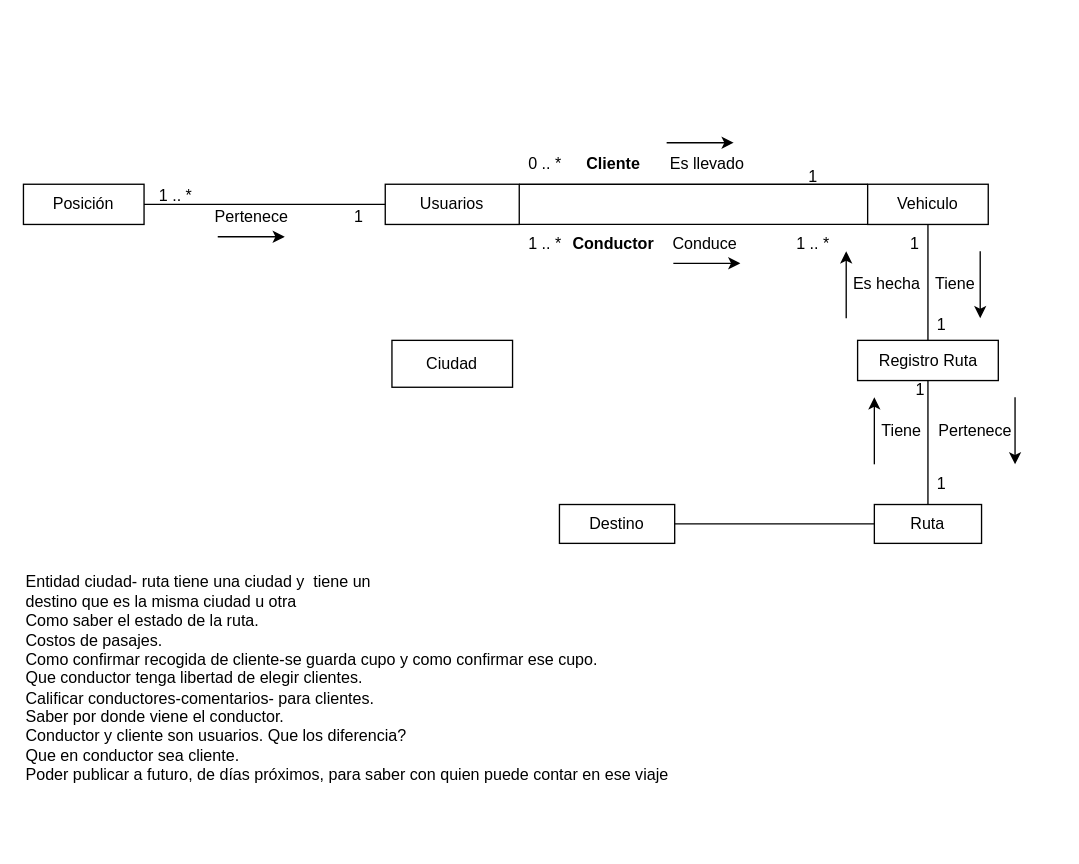
This is ExtraClase/ModeloDominio.drawio from federico1605/RepositorioDOO, a draw.io file, before an edit. Source tidied: cells renumbered, new cells numbered last; positions are measured from the earlier drawing's top-left corner, leaving out a move shared by most shapes. Both pictures are drawn from the tidied source at 134%, with x=0, y=0 at pixel (23, 142).
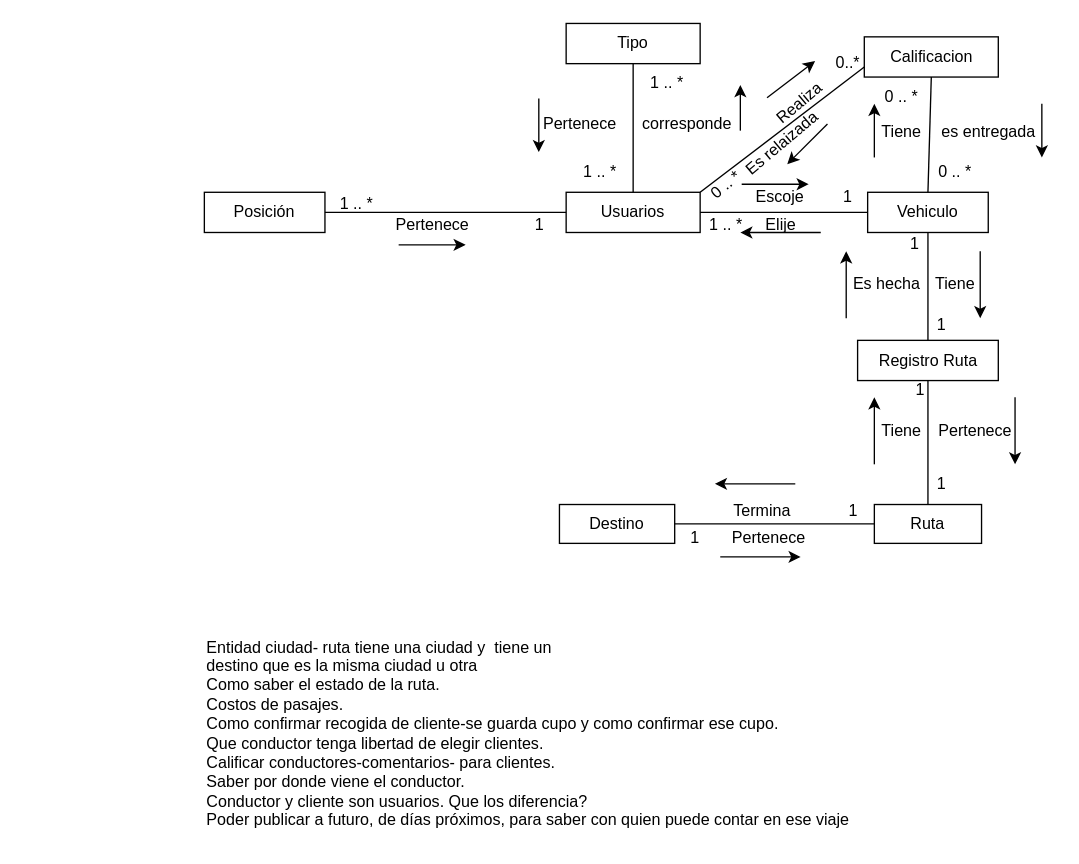
After the change.

Commit message:
Cambios diagrama

Diff of the diagram source:
```diff
@@
     <mxCell id="3" value="Usuarios" style="rounded=0;whiteSpace=wrap;html=1;" parent="1" vertex="1">
-      <mxGeometry x="270" y="31" width="100" height="30" as="geometry" />
+      <mxGeometry x="405" y="37" width="100" height="30" as="geometry" />
     </mxCell>
     <mxCell id="4" value="Vehiculo" style="rounded=0;whiteSpace=wrap;html=1;" parent="1" vertex="1">
-      <mxGeometry x="630" y="31" width="90" height="30" as="geometry" />
+      <mxGeometry x="630" y="37" width="90" height="30" as="geometry" />
     </mxCell>
-    <mxCell id="5" style="endArrow=none;html=1;rounded=0;entryX=1;entryY=1;entryDx=0;entryDy=0;exitX=0;exitY=1;exitDx=0;exitDy=0;" parent="1" edge="1" source="4" target="3">
-      <mxGeometry relative="1" as="geometry" />
-    </mxCell>
-    <mxCell id="6" value="Conduce&amp;nbsp;" style="text;html=1;align=center;verticalAlign=middle;strokeColor=none;fillColor=none;" parent="1" vertex="1">
-      <mxGeometry x="470" y="61" width="80" height="30" as="geometry" />
-    </mxCell>
-    <mxCell id="7" style="endArrow=classic;html=1;rounded=0;" parent="1" edge="1">
-      <mxGeometry relative="1" as="geometry">
-        <mxPoint x="485" y="90" as="sourcePoint" />
-        <mxPoint x="535" y="90" as="targetPoint" />
-      </mxGeometry>
-    </mxCell>
-    <mxCell id="8" value="&lt;b&gt;Conductor&lt;/b&gt;" style="text;html=1;align=center;verticalAlign=middle;strokeColor=none;fillColor=none;" parent="1" vertex="1">
-      <mxGeometry x="400" y="61" width="80" height="30" as="geometry" />
-    </mxCell>
-    <mxCell id="9" value="1 .. *" style="text;html=1;align=center;verticalAlign=middle;strokeColor=none;fillColor=none;" parent="1" vertex="1">
-      <mxGeometry x="564" y="61" width="50" height="30" as="geometry" />
-    </mxCell>
-    <mxCell id="10" value="&lt;b&gt;Cliente&lt;/b&gt;" style="text;html=1;align=center;verticalAlign=middle;strokeColor=none;fillColor=none;" parent="1" vertex="1">
-      <mxGeometry x="410" y="1" width="60" height="30" as="geometry" />
-    </mxCell>
-    <mxCell id="11" style="endArrow=none;html=1;rounded=0;exitX=1;exitY=0;exitDx=0;exitDy=0;entryX=0;entryY=0;entryDx=0;entryDy=0;" parent="1" edge="1" source="3" target="4">
-      <mxGeometry relative="1" as="geometry" />
-    </mxCell>
-    <mxCell id="12" value="Es llevado" style="text;html=1;align=center;verticalAlign=middle;strokeColor=none;fillColor=none;" parent="1" vertex="1">
-      <mxGeometry x="470" y="1" width="80" height="30" as="geometry" />
-    </mxCell>
-    <mxCell id="13" style="endArrow=classic;html=1;rounded=0;" parent="1" edge="1">
-      <mxGeometry relative="1" as="geometry">
-        <mxPoint x="480" as="sourcePoint" />
-        <mxPoint x="530" as="targetPoint" />
-      </mxGeometry>
-    </mxCell>
-    <mxCell id="14" value="1" style="text;html=1;align=center;verticalAlign=middle;strokeColor=none;fillColor=none;" parent="1" vertex="1">
-      <mxGeometry x="574" y="11" width="30" height="30" as="geometry" />
-    </mxCell>
-    <mxCell id="15" value="0 .. *" style="text;html=1;align=center;verticalAlign=middle;strokeColor=none;fillColor=none;" parent="1" vertex="1">
-      <mxGeometry x="364" y="1" width="50" height="30" as="geometry" />
-    </mxCell>
-    <mxCell id="16" value="1 .. *" style="text;html=1;align=center;verticalAlign=middle;strokeColor=none;fillColor=none;" parent="1" vertex="1">
-      <mxGeometry x="364" y="61" width="50" height="30" as="geometry" />
-    </mxCell>
     <mxCell id="17" value="Posición" style="rounded=0;whiteSpace=wrap;html=1;" parent="1" vertex="1">
-      <mxGeometry y="31" width="90" height="30" as="geometry" />
+      <mxGeometry x="135" y="37" width="90" height="30" as="geometry" />
     </mxCell>
@@
     <mxCell id="19" value="Pertenece" style="text;html=1;align=center;verticalAlign=middle;strokeColor=none;fillColor=none;" parent="1" vertex="1">
-      <mxGeometry x="130" y="41" width="80" height="30" as="geometry" />
+      <mxGeometry x="265" y="47" width="80" height="30" as="geometry" />
     </mxCell>
     <mxCell id="20" value="1" style="text;html=1;align=center;verticalAlign=middle;strokeColor=none;fillColor=none;" parent="1" vertex="1">
-      <mxGeometry x="235" y="41" width="30" height="30" as="geometry" />
+      <mxGeometry x="370" y="47" width="30" height="30" as="geometry" />
     </mxCell>
     <mxCell id="21" style="endArrow=classic;html=1;rounded=0;" parent="1" edge="1">
       <mxGeometry relative="1" as="geometry">
-        <mxPoint x="145" y="70.2" as="sourcePoint" />
-        <mxPoint x="195" y="70.2" as="targetPoint" />
+        <mxPoint x="280" y="76.2" as="sourcePoint" />
+        <mxPoint x="330" y="76.2" as="targetPoint" />
       </mxGeometry>
     </mxCell>
     <mxCell id="22" value="1 .. *&amp;nbsp;" style="text;html=1;align=center;verticalAlign=middle;strokeColor=none;fillColor=none;" parent="1" vertex="1">
-      <mxGeometry x="90" y="25" width="50" height="30" as="geometry" />
+      <mxGeometry x="225" y="31" width="50" height="30" as="geometry" />
     </mxCell>
@@
-    <mxCell id="26" value="Entidad ciudad- ruta tiene una ciudad y&amp;nbsp; tiene un &lt;br&gt;destino que es la misma ciudad u otra&lt;br&gt;&lt;div&gt;Como saber el estado de la ruta.&lt;/div&gt;&lt;div&gt;Costos de pasajes.&lt;/div&gt;&lt;div&gt;Como confirmar recogida de cliente-se guarda cupo y como confirmar ese cupo.&lt;/div&gt;&lt;div&gt;Que conductor tenga libertad de elegir clientes.&lt;/div&gt;&lt;div&gt;Calificar conductores-comentarios- para clientes.&lt;/div&gt;&lt;div&gt;Saber por donde viene el conductor.&lt;/div&gt;&lt;div&gt;Conductor y cliente son usuarios. Que los diferencia?&amp;nbsp;&lt;/div&gt;&lt;div&gt;Que en conductor sea cliente.&lt;/div&gt;&lt;div&gt;Poder publicar a futuro, de días próximos, para saber con quien puede contar en ese viaje&lt;br&gt;&lt;/div&gt;" style="text;html=1;align=left;verticalAlign=middle;strokeColor=none;fillColor=none;" parent="1" vertex="1">
-      <mxGeometry y="315" width="520" height="170" as="geometry" />
+    <mxCell id="26" value="Entidad ciudad- ruta tiene una ciudad y&amp;nbsp; tiene un &lt;br&gt;destino que es la misma ciudad u otra&lt;br&gt;&lt;div&gt;Como saber el estado de la ruta.&lt;/div&gt;&lt;div&gt;Costos de pasajes.&lt;/div&gt;&lt;div&gt;Como confirmar recogida de cliente-se guarda cupo y como confirmar ese cupo.&lt;/div&gt;&lt;div&gt;Que conductor tenga libertad de elegir clientes.&lt;/div&gt;&lt;div&gt;Calificar conductores-comentarios- para clientes.&lt;/div&gt;&lt;div&gt;Saber por donde viene el conductor.&lt;/div&gt;&lt;div&gt;Conductor y cliente son usuarios. Que los diferencia?&amp;nbsp;&lt;/div&gt;&lt;div&gt;Poder publicar a futuro, de días próximos, para saber con quien puede contar en ese viaje&lt;br&gt;&lt;/div&gt;" style="text;html=1;align=left;verticalAlign=middle;strokeColor=none;fillColor=none;" parent="1" vertex="1">
+      <mxGeometry x="135" y="361" width="520" height="160" as="geometry" />
     </mxCell>
-    <mxCell id="27" value="Ciudad" style="rounded=0;whiteSpace=wrap;html=1;" parent="1" vertex="1">
-      <mxGeometry x="275" y="147.5" width="90" height="35" as="geometry" />
-    </mxCell>
@@
+    <mxCell id="42" value="1" style="text;html=1;align=center;verticalAlign=middle;strokeColor=none;fillColor=none;" parent="1" vertex="1">
+      <mxGeometry x="604" y="260" width="30" height="30" as="geometry" />
+    </mxCell>
+    <mxCell id="43" value="1" style="text;html=1;align=center;verticalAlign=middle;strokeColor=none;fillColor=none;" parent="1" vertex="1">
+      <mxGeometry x="486" y="280" width="30" height="30" as="geometry" />
+    </mxCell>
+    <mxCell id="44" value="Termina" style="text;html=1;align=center;verticalAlign=middle;strokeColor=none;fillColor=none;" parent="1" vertex="1">
+      <mxGeometry x="516" y="260" width="70" height="30" as="geometry" />
+    </mxCell>
+    <mxCell id="45" value="Pertenece" style="text;html=1;align=center;verticalAlign=middle;strokeColor=none;fillColor=none;" parent="1" vertex="1">
+      <mxGeometry x="516" y="280" width="80" height="30" as="geometry" />
+    </mxCell>
+    <mxCell id="46" style="endArrow=classic;html=1;rounded=0;" parent="1" edge="1">
+      <mxGeometry relative="1" as="geometry">
+        <mxPoint x="576" y="254.6" as="sourcePoint" />
+        <mxPoint x="516" y="254.6" as="targetPoint" />
+      </mxGeometry>
+    </mxCell>
+    <mxCell id="47" style="endArrow=classic;html=1;rounded=0;" parent="1" edge="1">
+      <mxGeometry relative="1" as="geometry">
+        <mxPoint x="520" y="309.1" as="sourcePoint" />
+        <mxPoint x="580" y="309.1" as="targetPoint" />
+      </mxGeometry>
+    </mxCell>
+    <mxCell id="48" value="Tipo" style="rounded=0;whiteSpace=wrap;html=1;" parent="1" vertex="1">
+      <mxGeometry x="405" y="-89" width="100" height="30" as="geometry" />
+    </mxCell>
+    <mxCell id="49" style="endArrow=none;html=1;rounded=0;entryX=0.5;entryY=1;entryDx=0;entryDy=0;" parent="1" edge="1" source="3" target="48">
+      <mxGeometry relative="1" as="geometry" />
+    </mxCell>
+    <mxCell id="50" value="1 .. *" style="text;html=1;align=center;verticalAlign=middle;strokeColor=none;fillColor=none;" parent="1" vertex="1">
+      <mxGeometry x="455" y="-59" width="50" height="30" as="geometry" />
+    </mxCell>
+    <mxCell id="51" value="1 .. *" style="text;html=1;align=center;verticalAlign=middle;strokeColor=none;fillColor=none;" parent="1" vertex="1">
+      <mxGeometry x="405" y="7" width="50" height="30" as="geometry" />
+    </mxCell>
+    <mxCell id="52" value="corresponde" style="text;html=1;align=center;verticalAlign=middle;strokeColor=none;fillColor=none;" parent="1" vertex="1">
+      <mxGeometry x="450" y="-29" width="90" height="30" as="geometry" />
+    </mxCell>
+    <mxCell id="53" value="Pertenece" style="text;html=1;align=center;verticalAlign=middle;strokeColor=none;fillColor=none;" parent="1" vertex="1">
+      <mxGeometry x="375" y="-29" width="80" height="30" as="geometry" />
+    </mxCell>
+    <mxCell id="54" style="endArrow=classic;html=1;rounded=0;" parent="1" edge="1">
+      <mxGeometry relative="1" as="geometry">
+        <mxPoint x="535" y="-9" as="sourcePoint" />
+        <mxPoint x="535" y="-43" as="targetPoint" />
+      </mxGeometry>
+    </mxCell>
+    <mxCell id="55" style="endArrow=classic;html=1;rounded=0;" parent="1" edge="1">
+      <mxGeometry relative="1" as="geometry">
+        <mxPoint x="384.6" y="-33" as="sourcePoint" />
+        <mxPoint x="384.6" y="7" as="targetPoint" />
+      </mxGeometry>
+    </mxCell>
+    <mxCell id="11" style="endArrow=none;html=1;rounded=0;entryX=0;entryY=0.5;entryDx=0;entryDy=0;exitX=1;exitY=0.5;exitDx=0;exitDy=0;" parent="1" edge="1" source="3" target="4">
+      <mxGeometry relative="1" as="geometry" />
+    </mxCell>
+    <mxCell id="56" value="Escoje&amp;nbsp;" style="text;html=1;align=center;verticalAlign=middle;strokeColor=none;fillColor=none;" parent="1" vertex="1">
+      <mxGeometry x="536" y="26" width="60" height="30" as="geometry" />
+    </mxCell>
+    <mxCell id="57" value="Elije" style="text;html=1;align=center;verticalAlign=middle;strokeColor=none;fillColor=none;" parent="1" vertex="1">
+      <mxGeometry x="540" y="47" width="50" height="30" as="geometry" />
+    </mxCell>
+    <mxCell id="58" style="endArrow=classic;html=1;rounded=0;" parent="1" edge="1">
+      <mxGeometry relative="1" as="geometry">
+        <mxPoint x="536" y="31" as="sourcePoint" />
+        <mxPoint x="586" y="31" as="targetPoint" />
+      </mxGeometry>
+    </mxCell>
+    <mxCell id="59" style="endArrow=classic;html=1;rounded=0;" parent="1" edge="1">
+      <mxGeometry relative="1" as="geometry">
+        <mxPoint x="595" y="67" as="sourcePoint" />
+        <mxPoint x="535" y="67" as="targetPoint" />
+      </mxGeometry>
+    </mxCell>
+    <mxCell id="60" value="1" style="text;html=1;align=center;verticalAlign=middle;strokeColor=none;fillColor=none;" parent="1" vertex="1">
+      <mxGeometry x="600" y="26" width="30" height="30" as="geometry" />
+    </mxCell>
+    <mxCell id="61" value="1 .. *" style="text;html=1;align=center;verticalAlign=middle;strokeColor=none;fillColor=none;" parent="1" vertex="1">
+      <mxGeometry x="499" y="47" width="50" height="30" as="geometry" />
+    </mxCell>
+    <mxCell id="62" value="Calificacion" style="rounded=0;whiteSpace=wrap;html=1;" parent="1" vertex="1">
+      <mxGeometry x="627.5" y="-79" width="100" height="30" as="geometry" />
+    </mxCell>
+    <mxCell id="63" style="endArrow=none;html=1;rounded=0;entryX=1;entryY=0;entryDx=0;entryDy=0;exitX=0;exitY=0.75;exitDx=0;exitDy=0;" parent="1" edge="1" source="62" target="3">
+      <mxGeometry relative="1" as="geometry" />
+    </mxCell>
+    <mxCell id="64" style="endArrow=none;html=1;rounded=0;entryX=0.5;entryY=1;entryDx=0;entryDy=0;exitX=0.5;exitY=0;exitDx=0;exitDy=0;" parent="1" edge="1" source="4" target="62">
+      <mxGeometry relative="1" as="geometry" />
+    </mxCell>
+    <mxCell id="65" value="0 .. *" style="text;html=1;align=center;verticalAlign=middle;strokeColor=none;fillColor=none;" parent="1" vertex="1">
+      <mxGeometry x="670" y="7" width="50" height="30" as="geometry" />
+    </mxCell>
+    <mxCell id="66" value="0 .. *" style="text;html=1;align=center;verticalAlign=middle;strokeColor=none;fillColor=none;" parent="1" vertex="1">
+      <mxGeometry x="630" y="-49" width="50" height="30" as="geometry" />
+    </mxCell>
+    <mxCell id="67" value="Tiene" style="text;html=1;align=center;verticalAlign=middle;strokeColor=none;fillColor=none;" parent="1" vertex="1">
+      <mxGeometry x="630" y="-23" width="50" height="30" as="geometry" />
+    </mxCell>
+    <mxCell id="68" value="es entregada" style="text;html=1;align=center;verticalAlign=middle;strokeColor=none;fillColor=none;" parent="1" vertex="1">
+      <mxGeometry x="670" y="-23" width="100" height="30" as="geometry" />
+    </mxCell>
+    <mxCell id="69" style="endArrow=classic;html=1;rounded=0;" parent="1" edge="1">
+      <mxGeometry relative="1" as="geometry">
+        <mxPoint x="635" y="11" as="sourcePoint" />
+        <mxPoint x="635" y="-29" as="targetPoint" />
+      </mxGeometry>
+    </mxCell>
+    <mxCell id="70" style="endArrow=classic;html=1;rounded=0;" parent="1" edge="1">
+      <mxGeometry relative="1" as="geometry">
+        <mxPoint x="760" y="-29" as="sourcePoint" />
+        <mxPoint x="760" y="11" as="targetPoint" />
+      </mxGeometry>
+    </mxCell>
+    <mxCell id="71" value="Realiza" style="text;html=1;align=center;verticalAlign=middle;points=[];strokeColor=none;fillColor=none;rotation=-40;" parent="1" vertex="1">
+      <mxGeometry x="549" y="-44" width="60" height="30" as="geometry" />
+    </mxCell>
+    <mxCell id="72" value="0..*" style="text;html=1;align=center;verticalAlign=middle;strokeColor=none;fillColor=none;" parent="1" vertex="1">
+      <mxGeometry x="595" y="-74" width="40" height="30" as="geometry" />
+    </mxCell>
+    <mxCell id="73" value="Es relaizada" style="text;html=1;align=center;verticalAlign=middle;strokeColor=none;fillColor=none;rotation=-40;" parent="1" vertex="1">
+      <mxGeometry x="521" y="-14" width="90" height="30" as="geometry" />
+    </mxCell>
+    <mxCell id="74" value="0 .. *" style="text;html=1;align=center;verticalAlign=middle;strokeColor=none;fillColor=none;rotation=-40;" parent="1" vertex="1">
+      <mxGeometry x="499" y="17" width="50" height="30" as="geometry" />
+    </mxCell>
+    <mxCell id="75" style="endArrow=classic;html=1;rounded=0;entryX=0.992;entryY=-0.063;entryDx=0;entryDy=0;entryPerimeter=0;exitX=0.241;exitY=-0.131;exitDx=0;exitDy=0;exitPerimeter=0;" parent="1" edge="1" source="71">
+      <mxGeometry relative="1" as="geometry">
+        <mxPoint x="590.8" y="-60.9" as="targetPoint" />
+      </mxGeometry>
+    </mxCell>
+    <mxCell id="76" style="endArrow=classic;html=1;rounded=0;" parent="1" edge="1">
+      <mxGeometry relative="1" as="geometry">
+        <mxPoint x="600" y="-14" as="sourcePoint" />
+        <mxPoint x="570" y="16" as="targetPoint" />
+      </mxGeometry>
+    </mxCell>
```
